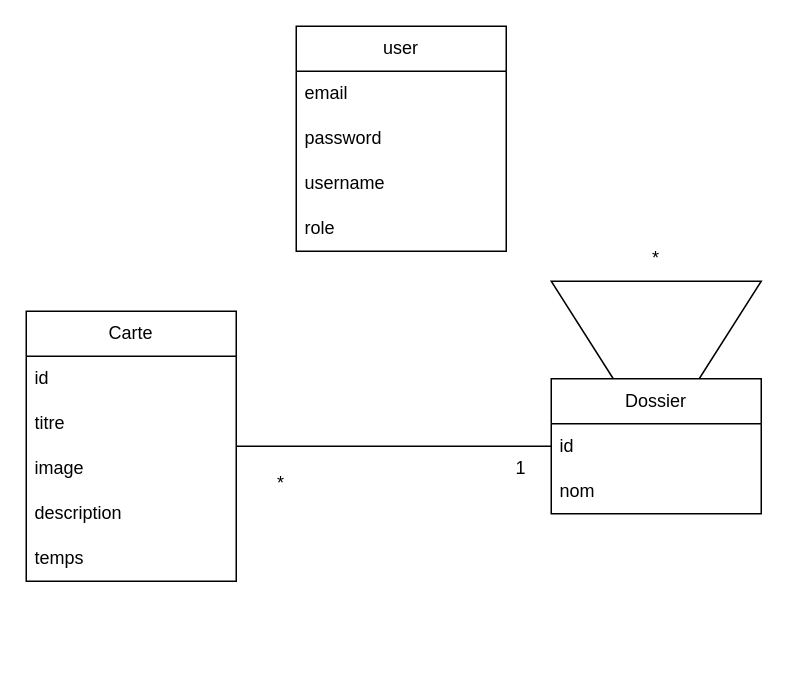
This is ModeleConception.drawio from ElianThe/FastLearning, a draw.io file, before an edit. Source tidied: cells renumbered, new cells numbered last; positions are measured from the earlier drawing's top-left corner, leaving out a move shared by most shapes. Both pictures are drawn from the tidied source at 150%, with x=0, y=0 at pixel (26, 26).
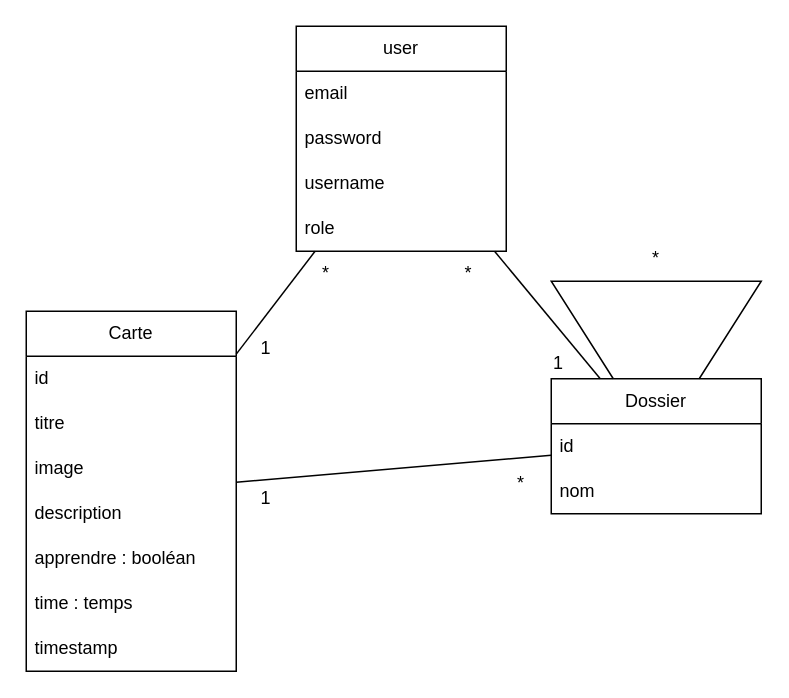
The same page after the edit.

Commit message:
Mettre à jour ModeleConception.drawio

Unchanged cells that the change refers to:
```xml
<mxCell id="8" value="Dossier" style="swimlane;fontStyle=0;horizontal=1;startSize=30;whiteSpace=wrap;html=1;" parent="1" vertex="1">
  <mxGeometry x="350" y="235" width="140" height="90" as="geometry" />
</mxCell>
<mxCell id="14" value="user" style="swimlane;fontStyle=0;horizontal=1;startSize=30;whiteSpace=wrap;html=1;" parent="1" vertex="1">
  <mxGeometry x="180" width="140" height="150" as="geometry" />
</mxCell>
```

What changed in the source:
```diff
@@
     <mxCell id="2" value="Carte" style="swimlane;fontStyle=0;horizontal=1;startSize=30;whiteSpace=wrap;html=1;" parent="1" vertex="1">
-      <mxGeometry y="190" width="140" height="180" as="geometry" />
+      <mxGeometry y="190" width="140" height="240" as="geometry" />
     </mxCell>
@@
-    <mxCell id="7" value="temps" style="text;strokeColor=none;fillColor=none;align=left;verticalAlign=middle;spacingLeft=4;spacingRight=4;overflow=hidden;whiteSpace=wrap;html=1;" parent="2" vertex="1">
+    <mxCell id="7" value="apprendre : booléan" style="text;strokeColor=none;fillColor=none;align=left;verticalAlign=middle;spacingLeft=4;spacingRight=4;overflow=hidden;whiteSpace=wrap;html=1;" parent="2" vertex="1">
       <mxGeometry y="150" width="140" height="30" as="geometry" />
     </mxCell>
+    <mxCell id="21" value="time : temps" style="text;strokeColor=none;fillColor=none;align=left;verticalAlign=middle;spacingLeft=4;spacingRight=4;overflow=hidden;whiteSpace=wrap;html=1;" parent="2" vertex="1">
+      <mxGeometry y="180" width="140" height="30" as="geometry" />
+    </mxCell>
+    <mxCell id="22" value="timestamp" style="text;strokeColor=none;fillColor=none;align=left;verticalAlign=middle;spacingLeft=4;spacingRight=4;overflow=hidden;whiteSpace=wrap;html=1;" parent="2" vertex="1">
+      <mxGeometry y="210" width="140" height="30" as="geometry" />
+    </mxCell>
@@
     <mxCell id="12" value="1" style="text;html=1;strokeColor=none;fillColor=none;align=center;verticalAlign=middle;whiteSpace=wrap;rounded=0;" parent="1" vertex="1">
-      <mxGeometry x="300" y="280" width="60" height="30" as="geometry" />
+      <mxGeometry x="130" y="300" width="60" height="30" as="geometry" />
     </mxCell>
     <mxCell id="13" value="*" style="text;html=1;strokeColor=none;fillColor=none;align=center;verticalAlign=middle;whiteSpace=wrap;rounded=0;" parent="1" vertex="1">
-      <mxGeometry x="140" y="290" width="60" height="30" as="geometry" />
+      <mxGeometry x="300" y="290" width="60" height="30" as="geometry" />
     </mxCell>
@@
+    <mxCell id="23" style="endArrow=none;html=1;rounded=0;" parent="1" edge="1" source="2" target="14">
+      <mxGeometry relative="1" as="geometry" />
+    </mxCell>
+    <mxCell id="24" value="*" style="text;html=1;strokeColor=none;fillColor=none;align=center;verticalAlign=middle;whiteSpace=wrap;rounded=0;" parent="1" vertex="1">
+      <mxGeometry x="170" y="150" width="60" height="30" as="geometry" />
+    </mxCell>
+    <mxCell id="25" value="1" style="text;html=1;strokeColor=none;fillColor=none;align=center;verticalAlign=middle;whiteSpace=wrap;rounded=0;" parent="1" vertex="1">
+      <mxGeometry x="130" y="200" width="60" height="30" as="geometry" />
+    </mxCell>
+    <mxCell id="26" style="endArrow=none;html=1;rounded=0;" parent="1" edge="1" source="14" target="8">
+      <mxGeometry relative="1" as="geometry" />
+    </mxCell>
+    <mxCell id="27" value="*" style="text;html=1;strokeColor=none;fillColor=none;align=center;verticalAlign=middle;whiteSpace=wrap;rounded=0;" parent="1" vertex="1">
+      <mxGeometry x="265" y="150" width="60" height="30" as="geometry" />
+    </mxCell>
+    <mxCell id="28" value="1" style="text;html=1;strokeColor=none;fillColor=none;align=center;verticalAlign=middle;whiteSpace=wrap;rounded=0;" parent="1" vertex="1">
+      <mxGeometry x="325" y="210" width="60" height="30" as="geometry" />
+    </mxCell>
```
